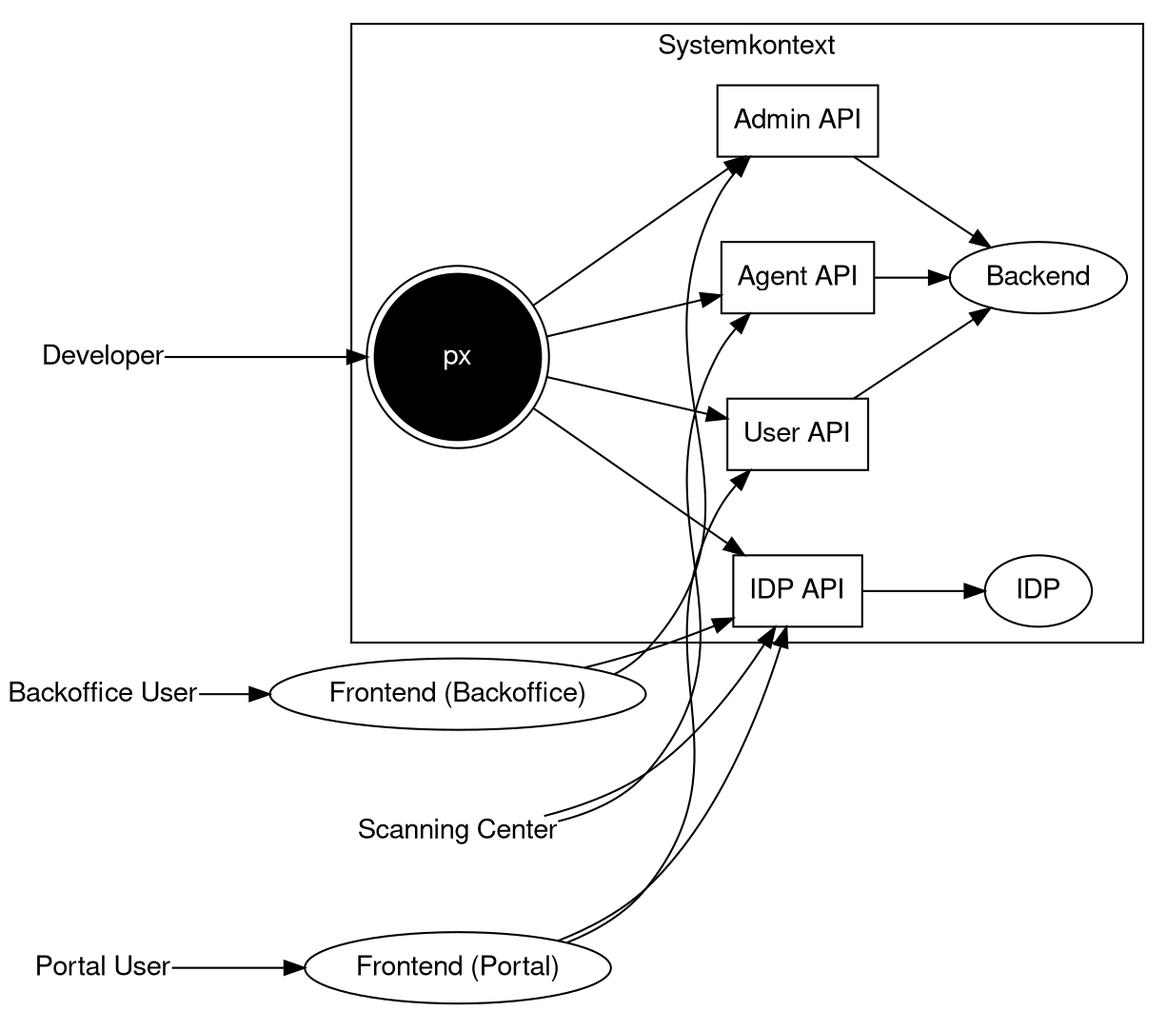
This is doc/pics/kontextdiagramm.png from patrickbucher/wipro, a Graphviz export, as it was before one commit. Its source is kept beside it as doc/pics/kontextdiagramm.dot.
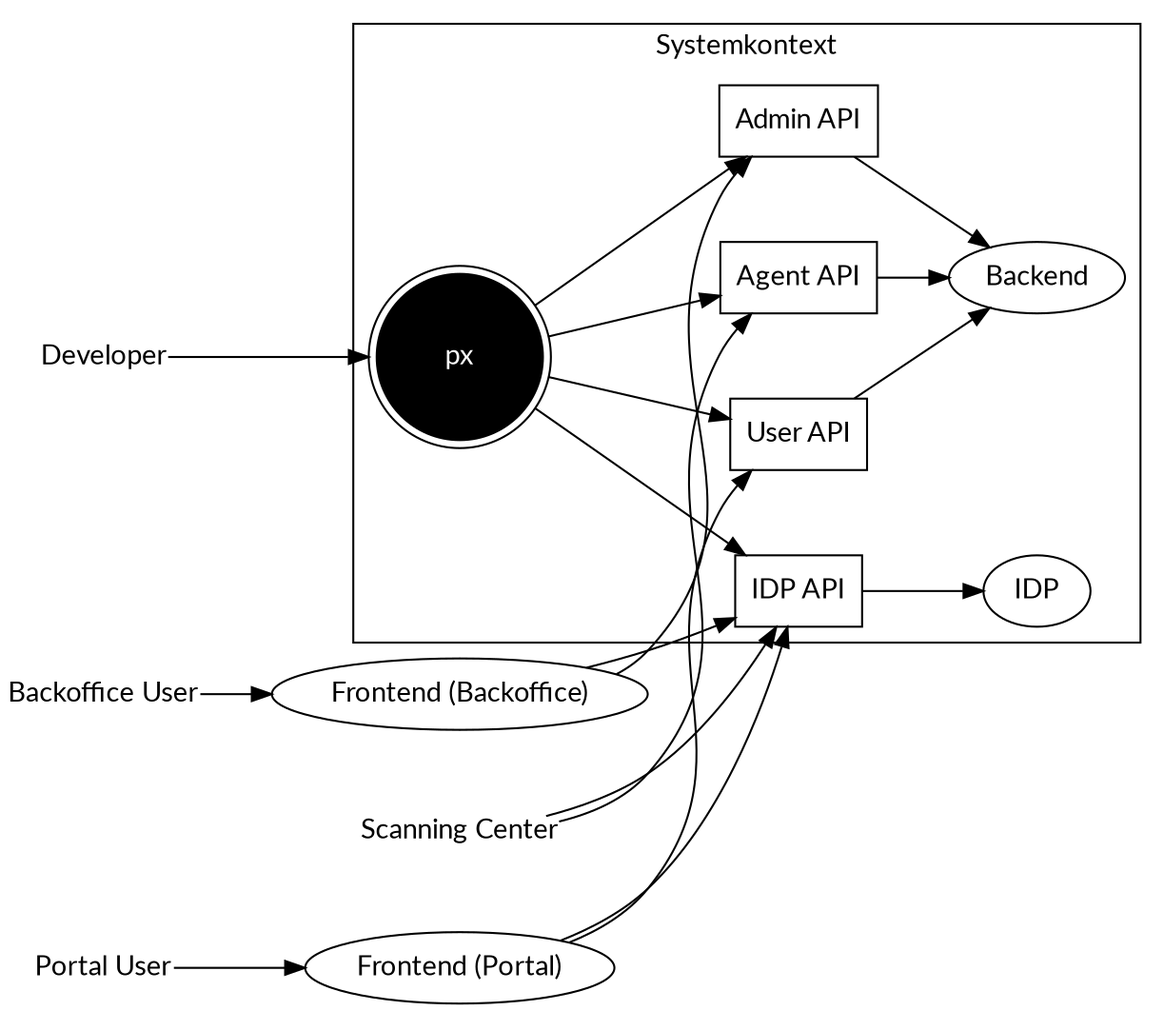
After the commit.

What changed in the source:
```diff
@@ -3,12 +3,12 @@
 	rankdir="LR";
 	dpi="150";
 
-	graph [fontname="Nimbus Sans", nodesep="0.6"];
-	node [fontname="Nimbus Sans"];
-	edge [fontname="Nimbus Sans"];
+	graph [fontname="Lato", nodesep="0.6"];
+	node [fontname="Lato"];
+	edge [fontname="Lato"];
 
 	subgraph cluster_systemkontext {
-		fontname="Nimbus Sans";
+		fontname="Lato";
 		label="Systemkontext";
 
 		"IDP" [shape="ellipse"];
```
